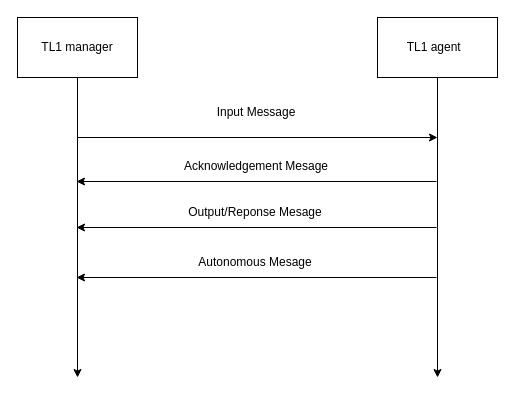
Before: TL1.drawio in gameLoading/tmp, a draw.io diagram. Source tidied: cells renumbered, new cells numbered last; positions are measured from the earlier drawing's top-left corner, leaving out a move shared by most shapes. Both pictures are drawn from the tidied source at 100%, with x=0, y=0 at pixel (17, 17).
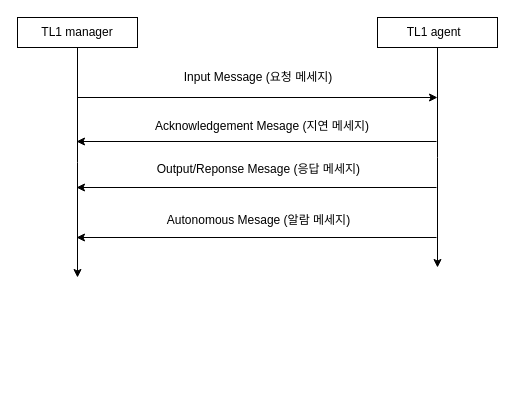
After the change.

Change to the diagram source:
```diff
@@
 <mxGraphModel>
   <root>
     <mxCell id="0" />
     <mxCell id="1" parent="0" />
     <mxCell id="2" style="edgeStyle=orthogonalEdgeStyle;rounded=0;jettySize=auto;html=1;" parent="1" edge="1" source="3">
       <mxGeometry relative="1" as="geometry">
-        <mxPoint x="60" y="360" as="targetPoint" />
+        <mxPoint x="60" y="260" as="targetPoint" />
       </mxGeometry>
     </mxCell>
     <mxCell id="3" value="TL1 manager" style="rounded=0;whiteSpace=wrap;html=1;" parent="1" vertex="1">
-      <mxGeometry width="120" height="60" as="geometry" />
+      <mxGeometry width="120" height="30" as="geometry" />
     </mxCell>
     <mxCell id="4" style="edgeStyle=orthogonalEdgeStyle;rounded=0;jettySize=auto;html=1;" parent="1" edge="1" source="5">
       <mxGeometry relative="1" as="geometry">
-        <mxPoint x="420" y="360" as="targetPoint" />
+        <mxPoint x="420" y="250" as="targetPoint" />
       </mxGeometry>
     </mxCell>
     <mxCell id="5" value="TL1 agent&amp;nbsp;&amp;nbsp;" style="rounded=0;whiteSpace=wrap;html=1;" parent="1" vertex="1">
-      <mxGeometry x="360" width="120" height="60" as="geometry" />
+      <mxGeometry x="360" width="120" height="30" as="geometry" />
     </mxCell>
     <mxCell id="6" style="endArrow=classic;html=1;rounded=0;" parent="1" edge="1">
       <mxGeometry relative="1" as="geometry">
-        <mxPoint x="60" y="120" as="sourcePoint" />
-        <mxPoint x="420" y="120" as="targetPoint" />
+        <mxPoint x="60" y="80" as="sourcePoint" />
+        <mxPoint x="420" y="80" as="targetPoint" />
       </mxGeometry>
     </mxCell>
-    <mxCell id="7" value="Input Message" style="text;html=1;strokeColor=none;fillColor=none;align=center;verticalAlign=middle;whiteSpace=wrap;rounded=0;" parent="1" vertex="1">
-      <mxGeometry x="194" y="80" width="90" height="30" as="geometry" />
+    <mxCell id="7" value="Input Message (요청 메세지)" style="text;html=1;strokeColor=none;fillColor=none;align=center;verticalAlign=middle;whiteSpace=wrap;rounded=0;" parent="1" vertex="1">
+      <mxGeometry x="148" y="45" width="186" height="30" as="geometry" />
     </mxCell>
     <mxCell id="8" style="endArrow=classic;html=1;rounded=0;" parent="1" edge="1">
       <mxGeometry relative="1" as="geometry">
-        <mxPoint x="419" y="210" as="sourcePoint" />
-        <mxPoint x="59" y="210" as="targetPoint" />
+        <mxPoint x="419" y="170" as="sourcePoint" />
+        <mxPoint x="59" y="170" as="targetPoint" />
       </mxGeometry>
     </mxCell>
-    <mxCell id="9" value="Output/Reponse Mesage" style="text;html=1;strokeColor=none;fillColor=none;align=center;verticalAlign=middle;whiteSpace=wrap;rounded=0;" parent="1" vertex="1">
-      <mxGeometry x="160" y="180" width="156" height="30" as="geometry" />
+    <mxCell id="9" value="Output/Reponse Mesage (응답 메세지)&amp;nbsp;" style="text;html=1;strokeColor=none;fillColor=none;align=center;verticalAlign=middle;whiteSpace=wrap;rounded=0;" parent="1" vertex="1">
+      <mxGeometry x="134" y="137" width="218" height="30" as="geometry" />
     </mxCell>
     <mxCell id="10" style="endArrow=classic;html=1;rounded=0;" parent="1" edge="1">
       <mxGeometry relative="1" as="geometry">
-        <mxPoint x="419" y="164" as="sourcePoint" />
-        <mxPoint x="59" y="164" as="targetPoint" />
+        <mxPoint x="419" y="124" as="sourcePoint" />
+        <mxPoint x="59" y="124" as="targetPoint" />
       </mxGeometry>
     </mxCell>
-    <mxCell id="11" value="Acknowledgement Mesage" style="text;html=1;strokeColor=none;fillColor=none;align=center;verticalAlign=middle;whiteSpace=wrap;rounded=0;" parent="1" vertex="1">
-      <mxGeometry x="161" y="134" width="156" height="30" as="geometry" />
+    <mxCell id="11" value="Acknowledgement Mesage (지연 메세지)" style="text;html=1;strokeColor=none;fillColor=none;align=center;verticalAlign=middle;whiteSpace=wrap;rounded=0;" parent="1" vertex="1">
+      <mxGeometry x="128" y="94" width="234" height="30" as="geometry" />
     </mxCell>
     <mxCell id="12" style="endArrow=classic;html=1;rounded=0;" parent="1" edge="1">
       <mxGeometry relative="1" as="geometry">
-        <mxPoint x="419" y="260" as="sourcePoint" />
-        <mxPoint x="59" y="260" as="targetPoint" />
+        <mxPoint x="419" y="220" as="sourcePoint" />
+        <mxPoint x="59" y="220" as="targetPoint" />
       </mxGeometry>
     </mxCell>
-    <mxCell id="13" value="Autonomous Mesage" style="text;html=1;strokeColor=none;fillColor=none;align=center;verticalAlign=middle;whiteSpace=wrap;rounded=0;" parent="1" vertex="1">
-      <mxGeometry x="160" y="230" width="156" height="30" as="geometry" />
+    <mxCell id="13" value="Autonomous Mesage (알람 메세지)" style="text;html=1;strokeColor=none;fillColor=none;align=center;verticalAlign=middle;whiteSpace=wrap;rounded=0;" parent="1" vertex="1">
+      <mxGeometry x="141.5" y="188" width="199" height="30" as="geometry" />
     </mxCell>
   </root>
 </mxGraphModel>
```
